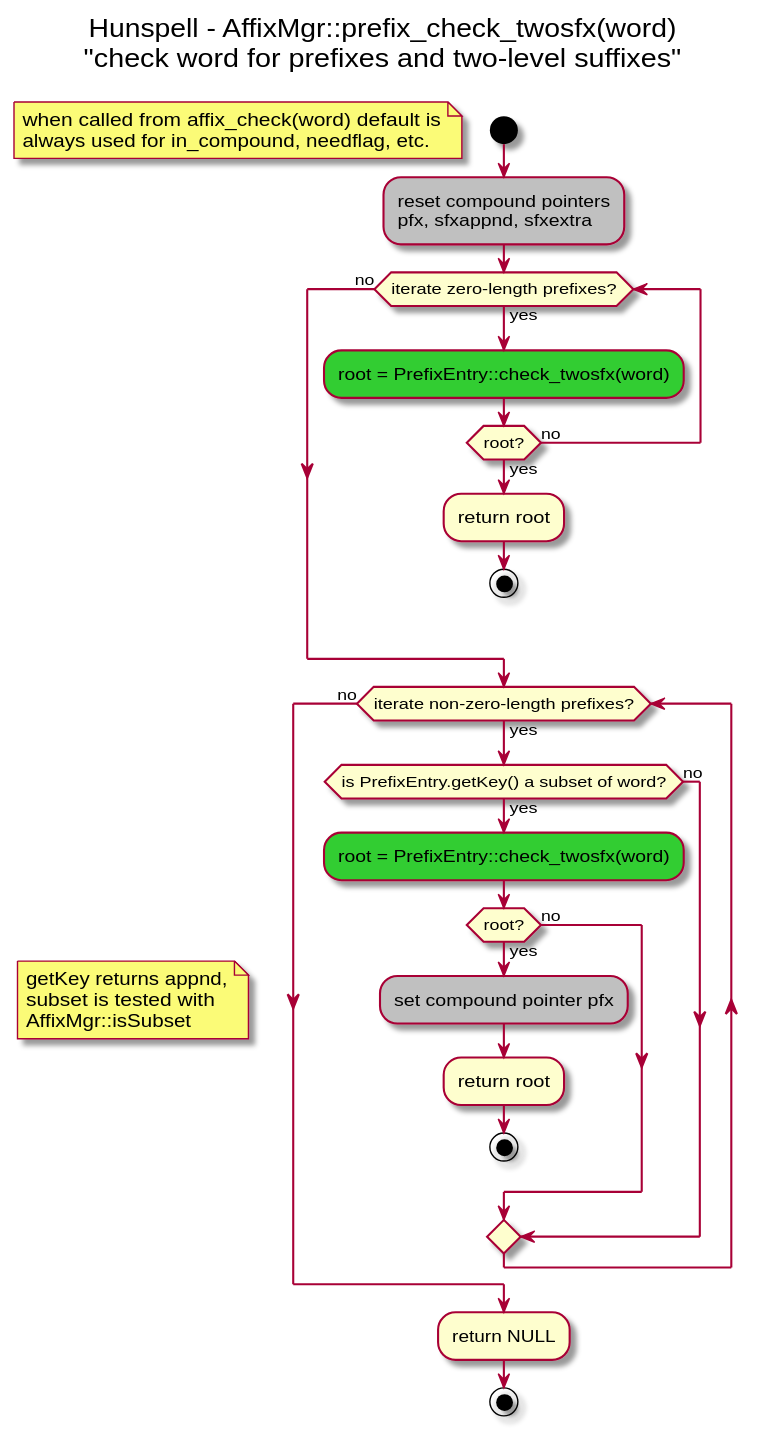
Earlier version of the PlantUML export uml/activity-diagrams/prefix-check-twosfx-activity-diagram.svg (nuspell/misc-nuspell).
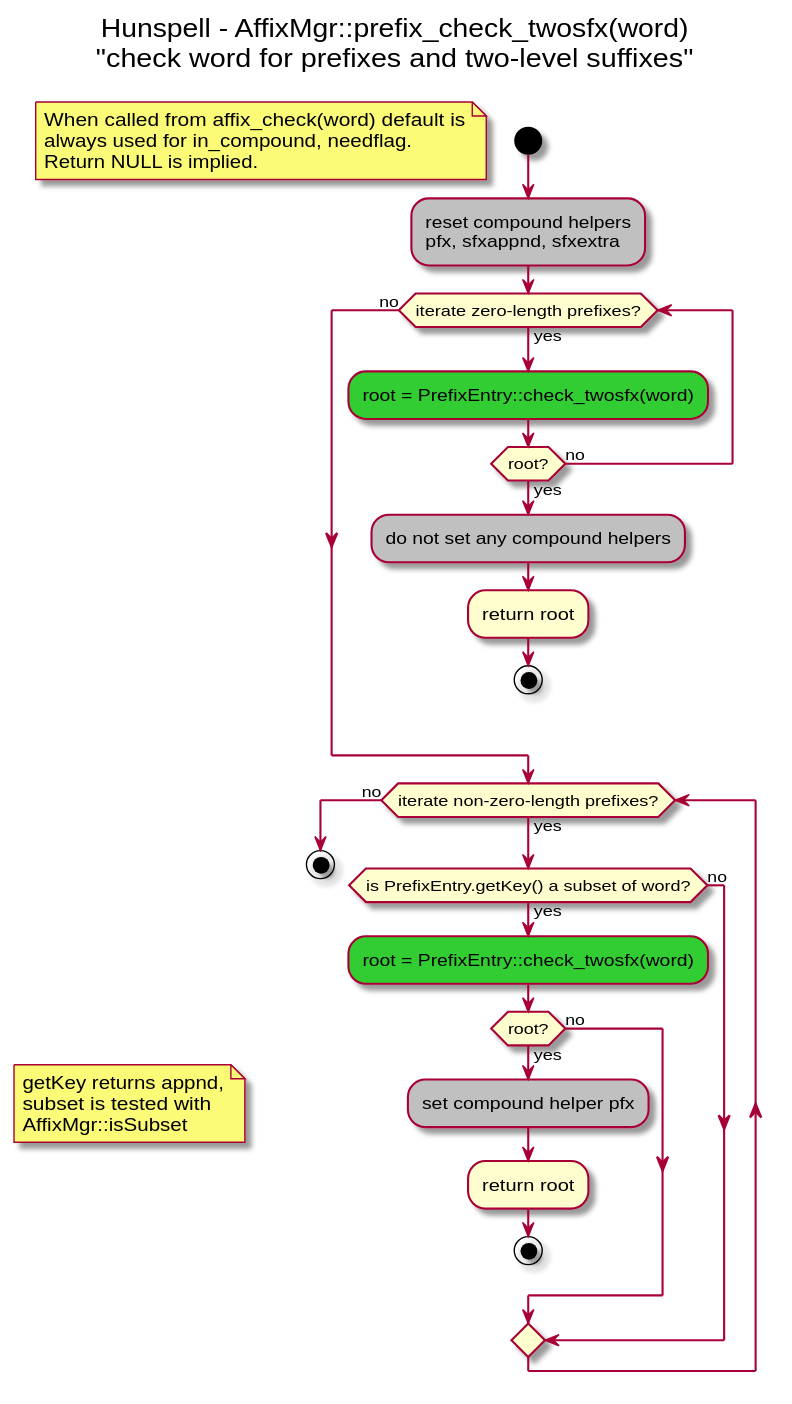
Later version of the same file.

Commit message:
documentation of check_affix methods

The edit, as a diff of the source:
```diff
@@ -4,12 +4,13 @@
 title Hunspell - AffixMgr::prefix_check_twosfx(word)\n"check word for prefixes and two-level suffixes"\n
 
 start
-floating note: when called from affix_check(word) default is\nalways used for in_compound, needflag, etc.
+floating note: When called from affix_check(word) default is\nalways used for in_compound, needflag.\nReturn NULL is implied.
 
-#silver:reset compound pointers\npfx, sfxappnd, sfxextra;
+#silver:reset compound helpers\npfx, sfxappnd, sfxextra;
 while (iterate zero-length prefixes?) is (yes)
 	#limegreen:root = PrefixEntry::check_twosfx(word);
 	if (root?) then (yes)
+		#silver:do not set any compound helpers;
 		:return root;
 		stop
 	else (no)
@@ -21,7 +22,7 @@
 	if (is PrefixEntry.getKey() a subset of word?) then (yes)
 		#limegreen:root = PrefixEntry::check_twosfx(word);
 		if (root?) then (yes)
-			#silver:set compound pointer pfx;
+			#silver:set compound helper pfx;
 			:return root;
 			stop
 		else (no)
@@ -30,7 +31,6 @@
 	endif
 endwhile (no)
 
-:return NULL;
 stop
 
 @enduml
```
